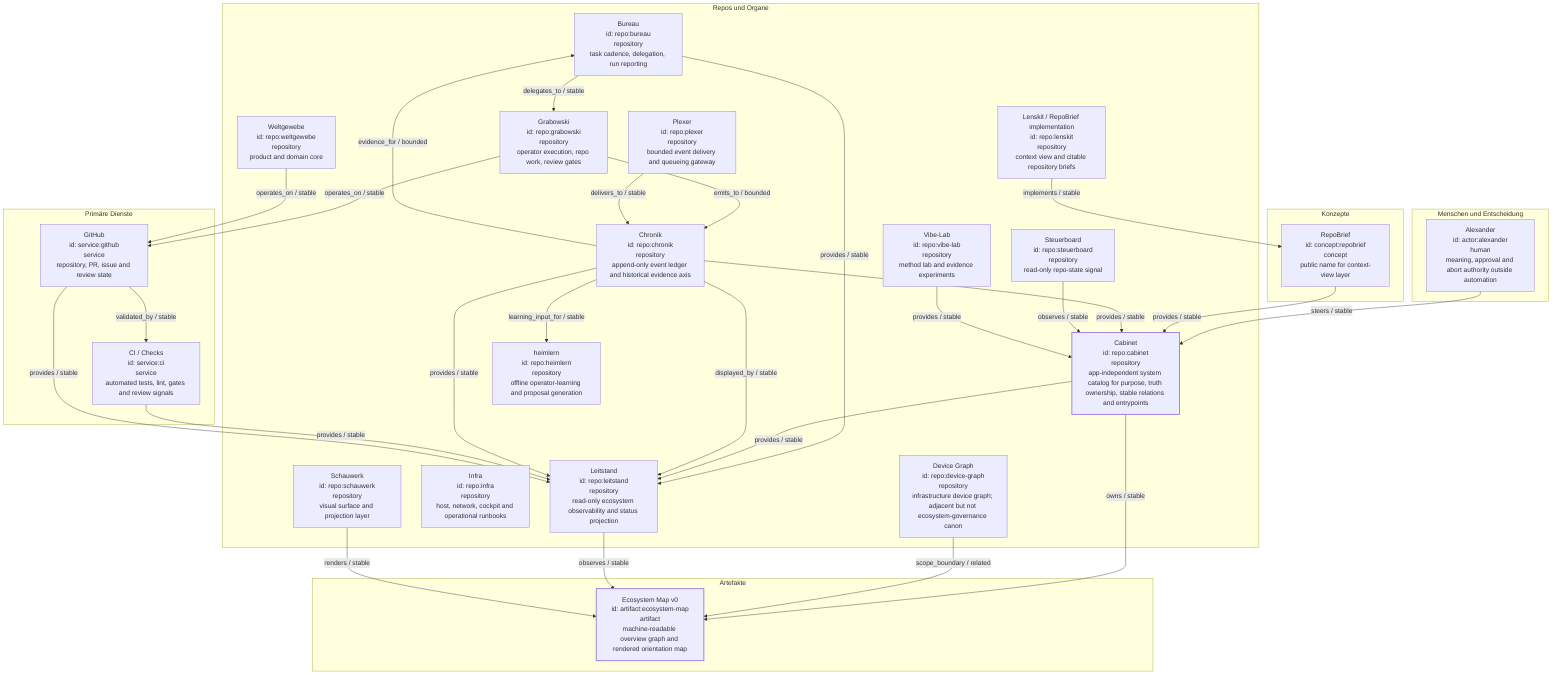
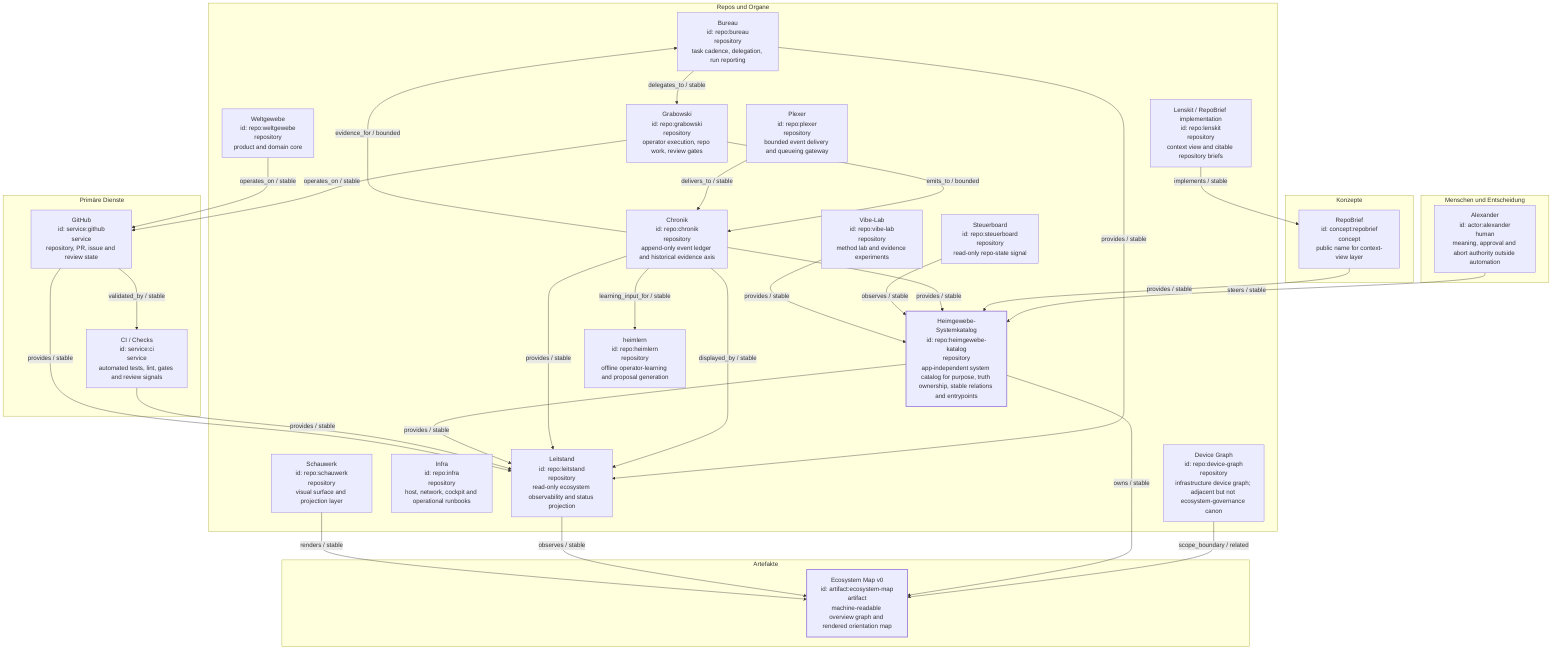
flowchart TD
    %% GENERATED FILE. Do not edit manually.
    %% GENERATED: scripts/render_ecosystem_registry_map.py
    %% Run: python3 scripts/render_ecosystem_registry_map.py
    %% Source: registry/ecosystem/nodes.json + registry/ecosystem/edges.json
    %% Boundary: this projection does not establish claim truth, runtime correctness or merge readiness.

    subgraph kind_human[Menschen und Entscheidung]
        actor_alexander["Alexander<br/>id: actor:alexander<br/>human<br/>meaning, approval and abort authority outside automation"]
    end

    subgraph kind_repository[Repos und Organe]
        repo_bureau["Bureau<br/>id: repo:bureau<br/>repository<br/>task cadence, delegation, run reporting"]
-         repo_cabinet["Cabinet<br/>id: repo:cabinet<br/>repository<br/>app-independent system catalog for purpose, truth ownership, stable relations and entrypoints"]
        repo_chronik["Chronik<br/>id: repo:chronik<br/>repository<br/>append-only event ledger and historical evidence axis"]
        repo_device_graph["Device Graph<br/>id: repo:device-graph<br/>repository<br/>infrastructure device graph; adjacent but not ecosystem-governance canon"]
        repo_grabowski["Grabowski<br/>id: repo:grabowski<br/>repository<br/>operator execution, repo work, review gates"]
+         repo_heimgewebe_katalog["Heimgewebe-Systemkatalog<br/>id: repo:heimgewebe-katalog<br/>repository<br/>app-independent system catalog for purpose, truth ownership, stable relations and entrypoints"]
        repo_heimlern["heimlern<br/>id: repo:heimlern<br/>repository<br/>offline operator-learning and proposal generation"]
        repo_infra["Infra<br/>id: repo:infra<br/>repository<br/>host, network, cockpit and operational runbooks"]
        repo_leitstand["Leitstand<br/>id: repo:leitstand<br/>repository<br/>read-only ecosystem observability and status projection"]
        repo_lenskit["Lenskit / RepoBrief implementation<br/>id: repo:lenskit<br/>repository<br/>context view and citable repository briefs"]
        repo_plexer["Plexer<br/>id: repo:plexer<br/>repository<br/>bounded event delivery and queueing gateway"]
        repo_schauwerk["Schauwerk<br/>id: repo:schauwerk<br/>repository<br/>visual surface and projection layer"]
        repo_steuerboard["Steuerboard<br/>id: repo:steuerboard<br/>repository<br/>read-only repo-state signal"]
        repo_vibe_lab["Vibe-Lab<br/>id: repo:vibe-lab<br/>repository<br/>method lab and evidence experiments"]
        repo_weltgewebe["Weltgewebe<br/>id: repo:weltgewebe<br/>repository<br/>product and domain core"]
    end

    subgraph kind_concept[Konzepte]
        concept_repobrief["RepoBrief<br/>id: concept:repobrief<br/>concept<br/>public name for context-view layer"]
    end

    subgraph kind_artifact[Artefakte]
        artifact_ecosystem_map["Ecosystem Map v0<br/>id: artifact:ecosystem-map<br/>artifact<br/>machine-readable overview graph and rendered orientation map"]
    end

    subgraph kind_service[Primäre Dienste]
        service_ci["CI / Checks<br/>id: service:ci<br/>service<br/>automated tests, lint, gates and review signals"]
        service_github["GitHub<br/>id: service:github<br/>service<br/>repository, PR, issue and review state"]
    end

-     actor_alexander -->|steers / stable| repo_cabinet
-     concept_repobrief -->|provides / stable| repo_cabinet
+     actor_alexander -->|steers / stable| repo_heimgewebe_katalog
+     concept_repobrief -->|provides / stable| repo_heimgewebe_katalog
    repo_bureau -->|delegates_to / stable| repo_grabowski
    repo_bureau -->|provides / stable| repo_leitstand
-     repo_cabinet -->|owns / stable| artifact_ecosystem_map
-     repo_cabinet -->|provides / stable| repo_leitstand
    repo_chronik -->|evidence_for / bounded| repo_bureau
-     repo_chronik -->|provides / stable| repo_cabinet
+     repo_chronik -->|provides / stable| repo_heimgewebe_katalog
    repo_chronik -->|learning_input_for / stable| repo_heimlern
    repo_chronik -->|displayed_by / stable| repo_leitstand
    repo_chronik -->|provides / stable| repo_leitstand
    repo_device_graph -->|scope_boundary / related| artifact_ecosystem_map
    repo_grabowski -->|emits_to / bounded| repo_chronik
    repo_grabowski -->|operates_on / stable| service_github
+     repo_heimgewebe_katalog -->|owns / stable| artifact_ecosystem_map
+     repo_heimgewebe_katalog -->|provides / stable| repo_leitstand
    repo_leitstand -->|observes / stable| artifact_ecosystem_map
    repo_lenskit -->|implements / stable| concept_repobrief
    repo_plexer -->|delivers_to / stable| repo_chronik
    repo_schauwerk -->|renders / stable| artifact_ecosystem_map
-     repo_steuerboard -->|observes / stable| repo_cabinet
-     repo_vibe_lab -->|provides / stable| repo_cabinet
+     repo_steuerboard -->|observes / stable| repo_heimgewebe_katalog
+     repo_vibe_lab -->|provides / stable| repo_heimgewebe_katalog
    repo_weltgewebe -->|operates_on / stable| service_github
    service_ci -->|provides / stable| repo_leitstand
    service_github -->|provides / stable| repo_leitstand
    service_github -->|validated_by / stable| service_ci

    %% Visual anchor only; does not establish canonical truth.
    classDef mapAnchor stroke-width:2px;
-     class repo_cabinet,artifact_ecosystem_map mapAnchor;
+     class repo_heimgewebe_katalog,artifact_ecosystem_map mapAnchor;
